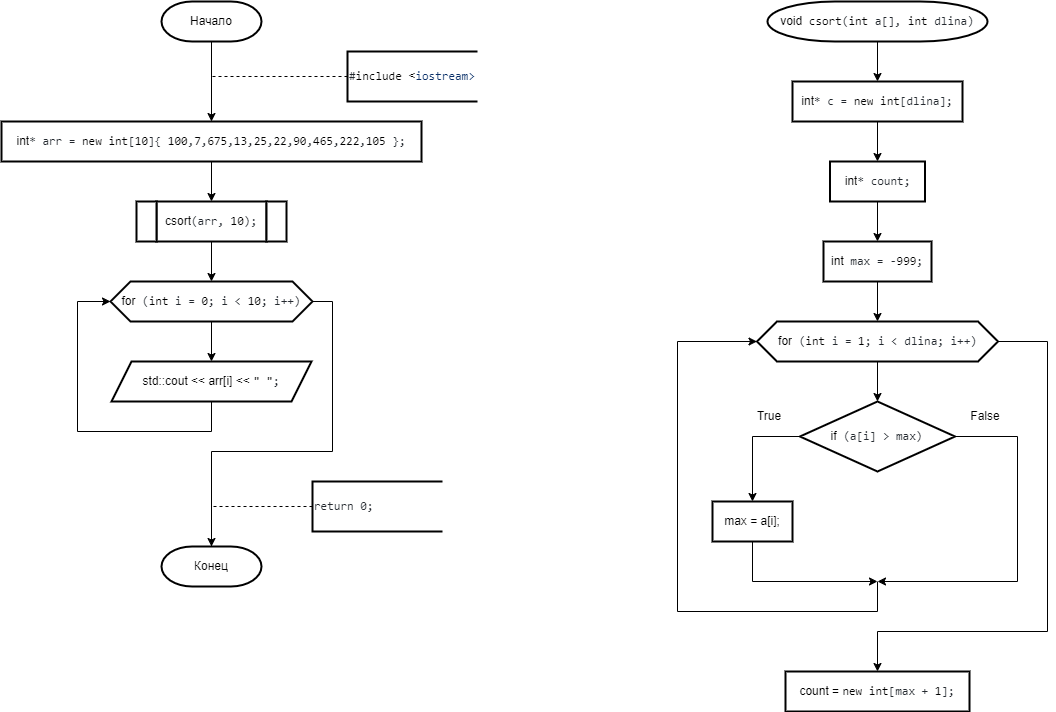
IlyaFedoseev227/LABS-PNRPU-IVT-22-1b keeps this draw.io diagram as 2 Семестр/Labs/№9 Сложные сортировки быстрая (Хоара), слиянием, подсчетом, блочная, Шелла/Подсчетом.png. Above is the earlier version. Source tidied: cells renumbered, new cells last; positions are measured from the earlier drawing's top-left corner, leaving out a move shared by most shapes.
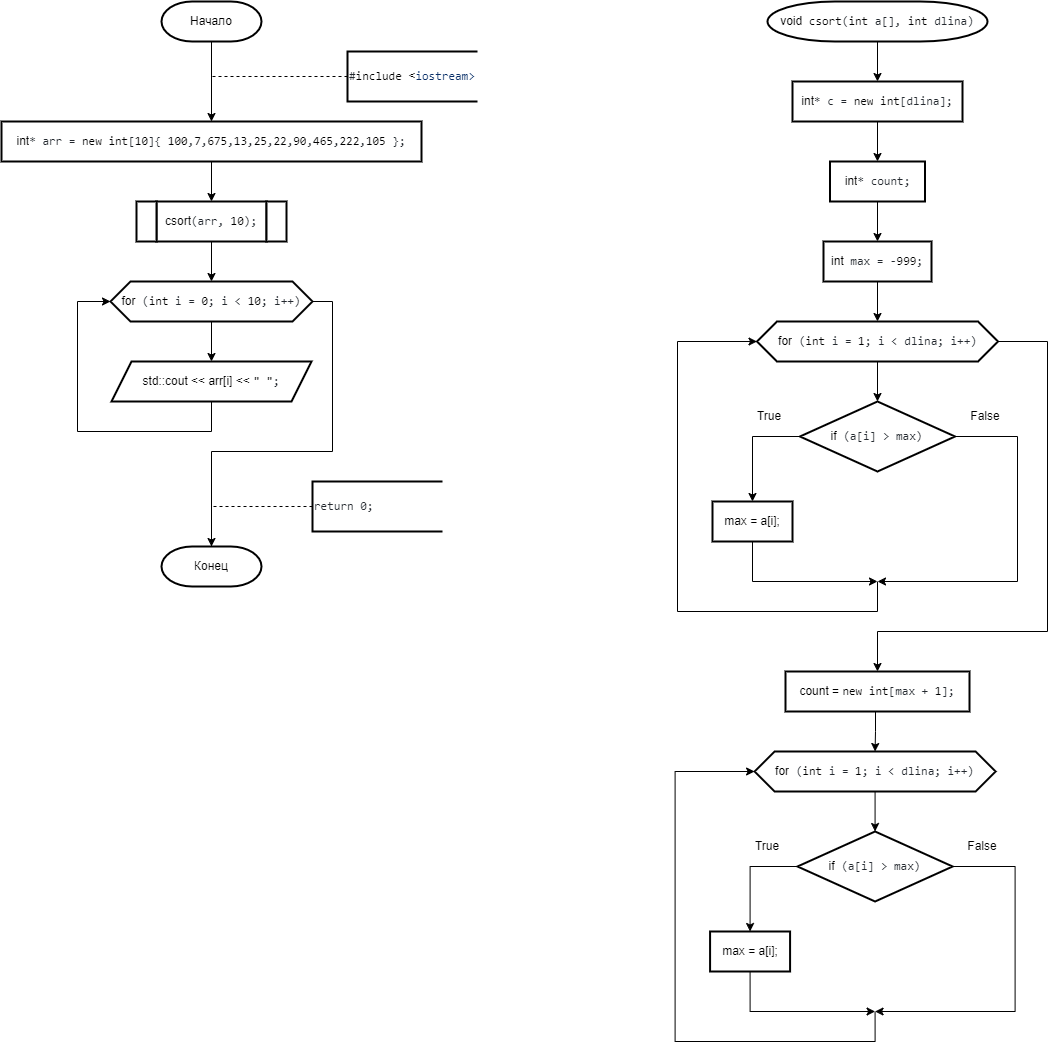
Later version of the same file.

Change to the diagram source:
```diff
@@ -157,8 +157,65 @@
     <mxCell id="38" value="&lt;div style=&quot;text-align: start;&quot;&gt;max = a[i];&lt;br&gt;&lt;/div&gt;" style="shape=parallelogram;perimeter=parallelogramPerimeter;whiteSpace=wrap;html=1;fixedSize=1;strokeWidth=2;size=-6;" parent="1" vertex="1">
       <mxGeometry x="711" y="500" width="80" height="40" as="geometry" />
     </mxCell>
+    <mxCell id="40" style="edgeStyle=orthogonalEdgeStyle;rounded=0;jettySize=auto;html=1;exitX=0.5;exitY=1;exitDx=0;exitDy=0;entryX=0.5;entryY=0;entryDx=0;entryDy=0;" parent="1" edge="1" source="39" target="42">
+      <mxGeometry relative="1" as="geometry">
+        <Array as="points">
+          <mxPoint x="874" y="710" />
+          <mxPoint x="874" y="730" />
+          <mxPoint x="874" y="730" />
+        </Array>
+      </mxGeometry>
+    </mxCell>
     <mxCell id="39" value="&lt;div style=&quot;text-align: start;&quot;&gt;count = &lt;span style=&quot;box-sizing: border-box; color: var(--color-prettylights-syntax-keyword); font-family: ui-monospace, SFMono-Regular, &amp;quot;SF Mono&amp;quot;, Menlo, Consolas, &amp;quot;Liberation Mono&amp;quot;, monospace; background-color: rgb(255, 255, 255);&quot; class=&quot;pl-k&quot;&gt;new&lt;/span&gt;&lt;span style=&quot;color: rgb(36, 41, 47); font-family: ui-monospace, SFMono-Regular, &amp;quot;SF Mono&amp;quot;, Menlo, Consolas, &amp;quot;Liberation Mono&amp;quot;, monospace; background-color: rgb(255, 255, 255);&quot;&gt; &lt;/span&gt;&lt;span style=&quot;box-sizing: border-box; color: var(--color-prettylights-syntax-keyword); font-family: ui-monospace, SFMono-Regular, &amp;quot;SF Mono&amp;quot;, Menlo, Consolas, &amp;quot;Liberation Mono&amp;quot;, monospace; background-color: rgb(255, 255, 255);&quot; class=&quot;pl-k&quot;&gt;int&lt;/span&gt;&lt;span style=&quot;color: rgb(36, 41, 47); font-family: ui-monospace, SFMono-Regular, &amp;quot;SF Mono&amp;quot;, Menlo, Consolas, &amp;quot;Liberation Mono&amp;quot;, monospace; background-color: rgb(255, 255, 255);&quot;&gt;[max + &lt;/span&gt;&lt;span style=&quot;box-sizing: border-box; color: var(--color-prettylights-syntax-constant); font-family: ui-monospace, SFMono-Regular, &amp;quot;SF Mono&amp;quot;, Menlo, Consolas, &amp;quot;Liberation Mono&amp;quot;, monospace; background-color: rgb(255, 255, 255);&quot; class=&quot;pl-c1&quot;&gt;1&lt;/span&gt;&lt;span style=&quot;color: rgb(36, 41, 47); font-family: ui-monospace, SFMono-Regular, &amp;quot;SF Mono&amp;quot;, Menlo, Consolas, &amp;quot;Liberation Mono&amp;quot;, monospace; background-color: rgb(255, 255, 255);&quot;&gt;];&lt;/span&gt;&lt;br&gt;&lt;/div&gt;" style="shape=parallelogram;perimeter=parallelogramPerimeter;whiteSpace=wrap;html=1;fixedSize=1;strokeWidth=2;size=-6;" parent="1" vertex="1">
       <mxGeometry x="784" y="670" width="184" height="40" as="geometry" />
     </mxCell>
+    <mxCell id="41" style="edgeStyle=orthogonalEdgeStyle;rounded=0;jettySize=auto;html=1;exitX=0.5;exitY=1;exitDx=0;exitDy=0;entryX=0.5;entryY=0;entryDx=0;entryDy=0;" parent="1" edge="1" source="42" target="46">
+      <mxGeometry relative="1" as="geometry" />
+    </mxCell>
+    <mxCell id="42" value="&lt;div style=&quot;text-align: start;&quot;&gt;for&lt;span style=&quot;color: rgb(36, 41, 47); font-family: ui-monospace, SFMono-Regular, &amp;quot;SF Mono&amp;quot;, Menlo, Consolas, &amp;quot;Liberation Mono&amp;quot;, monospace; background-color: rgb(255, 255, 255);&quot;&gt; (&lt;/span&gt;&lt;span style=&quot;box-sizing: border-box; color: var(--color-prettylights-syntax-keyword); font-family: ui-monospace, SFMono-Regular, &amp;quot;SF Mono&amp;quot;, Menlo, Consolas, &amp;quot;Liberation Mono&amp;quot;, monospace; background-color: rgb(255, 255, 255);&quot; class=&quot;pl-k&quot;&gt;int&lt;/span&gt;&lt;span style=&quot;color: rgb(36, 41, 47); font-family: ui-monospace, SFMono-Regular, &amp;quot;SF Mono&amp;quot;, Menlo, Consolas, &amp;quot;Liberation Mono&amp;quot;, monospace; background-color: rgb(255, 255, 255);&quot;&gt; i = &lt;/span&gt;&lt;span style=&quot;box-sizing: border-box; color: var(--color-prettylights-syntax-constant); font-family: ui-monospace, SFMono-Regular, &amp;quot;SF Mono&amp;quot;, Menlo, Consolas, &amp;quot;Liberation Mono&amp;quot;, monospace; background-color: rgb(255, 255, 255);&quot; class=&quot;pl-c1&quot;&gt;1&lt;/span&gt;&lt;span style=&quot;color: rgb(36, 41, 47); font-family: ui-monospace, SFMono-Regular, &amp;quot;SF Mono&amp;quot;, Menlo, Consolas, &amp;quot;Liberation Mono&amp;quot;, monospace; background-color: rgb(255, 255, 255);&quot;&gt;; i &amp;lt; dlina; i++)&lt;/span&gt;&lt;br&gt;&lt;/div&gt;" style="shape=hexagon;perimeter=hexagonPerimeter2;whiteSpace=wrap;html=1;fixedSize=1;strokeWidth=2;" parent="1" vertex="1">
+      <mxGeometry x="753.1" y="750" width="241" height="40" as="geometry" />
+    </mxCell>
+    <mxCell id="43" style="edgeStyle=orthogonalEdgeStyle;rounded=0;jettySize=auto;html=1;exitX=0;exitY=0.5;exitDx=0;exitDy=0;entryX=0.5;entryY=0;entryDx=0;entryDy=0;" parent="1" edge="1" source="46" target="50">
+      <mxGeometry relative="1" as="geometry" />
+    </mxCell>
+    <mxCell id="44" style="edgeStyle=orthogonalEdgeStyle;rounded=0;jettySize=auto;html=1;exitX=1;exitY=0.5;exitDx=0;exitDy=0;" parent="1" edge="1" source="46">
+      <mxGeometry relative="1" as="geometry">
+        <mxPoint x="873.6" y="1010" as="targetPoint" />
+        <Array as="points">
+          <mxPoint x="1013.6" y="865" />
+          <mxPoint x="1013.6" y="1010" />
+        </Array>
+      </mxGeometry>
+    </mxCell>
+    <mxCell id="45" style="edgeStyle=orthogonalEdgeStyle;rounded=0;jettySize=auto;html=1;entryX=0;entryY=0.5;entryDx=0;entryDy=0;" parent="1" edge="1" target="42">
+      <mxGeometry relative="1" as="geometry">
+        <mxPoint x="873.6" y="1010" as="sourcePoint" />
+        <Array as="points">
+          <mxPoint x="873.6" y="1040" />
+          <mxPoint x="673.6" y="1040" />
+          <mxPoint x="673.6" y="770" />
+        </Array>
+      </mxGeometry>
+    </mxCell>
+    <mxCell id="46" value="&lt;div style=&quot;text-align: start;&quot;&gt;if&lt;span style=&quot;color: rgb(36, 41, 47); font-family: ui-monospace, SFMono-Regular, &amp;quot;SF Mono&amp;quot;, Menlo, Consolas, &amp;quot;Liberation Mono&amp;quot;, monospace; background-color: rgb(255, 255, 255);&quot;&gt; (a[i] &amp;gt; max)&lt;/span&gt;&lt;br&gt;&lt;/div&gt;" style="rhombus;whiteSpace=wrap;html=1;strokeWidth=2;" parent="1" vertex="1">
+      <mxGeometry x="796" y="830" width="155.1" height="70" as="geometry" />
+    </mxCell>
+    <mxCell id="47" value="True" style="text;html=1;strokeColor=none;fillColor=none;align=center;verticalAlign=middle;whiteSpace=wrap;rounded=0;strokeWidth=2;" parent="1" vertex="1">
+      <mxGeometry x="736" y="830" width="60" height="30" as="geometry" />
+    </mxCell>
+    <mxCell id="48" value="False" style="text;html=1;strokeColor=none;fillColor=none;align=center;verticalAlign=middle;whiteSpace=wrap;rounded=0;strokeWidth=2;" parent="1" vertex="1">
+      <mxGeometry x="951.1" y="830" width="60" height="30" as="geometry" />
+    </mxCell>
+    <mxCell id="49" style="edgeStyle=orthogonalEdgeStyle;rounded=0;jettySize=auto;html=1;exitX=0.5;exitY=1;exitDx=0;exitDy=0;" parent="1" edge="1" source="50">
+      <mxGeometry relative="1" as="geometry">
+        <mxPoint x="873.6" y="1010" as="targetPoint" />
+        <Array as="points">
+          <mxPoint x="748.6" y="1010" />
+        </Array>
+      </mxGeometry>
+    </mxCell>
+    <mxCell id="50" value="&lt;div style=&quot;text-align: start;&quot;&gt;max = a[i];&lt;br&gt;&lt;/div&gt;" style="shape=parallelogram;perimeter=parallelogramPerimeter;whiteSpace=wrap;html=1;fixedSize=1;strokeWidth=2;size=-6;" parent="1" vertex="1">
+      <mxGeometry x="708.6" y="930" width="80" height="40" as="geometry" />
+    </mxCell>
   </root>
 </mxGraphModel>
```
